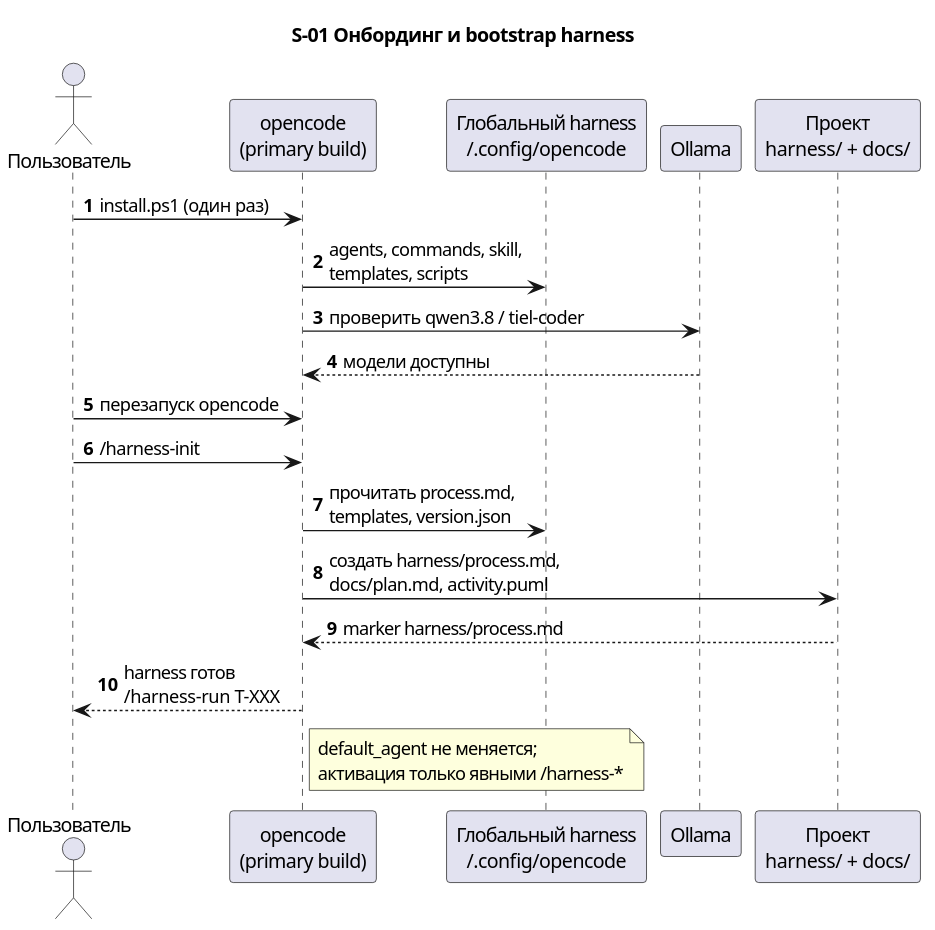
Before: docs/description/diagrams/seq-01-bootstrap.svg, a diagram exported from PlantUML (serge-sasov/harness).
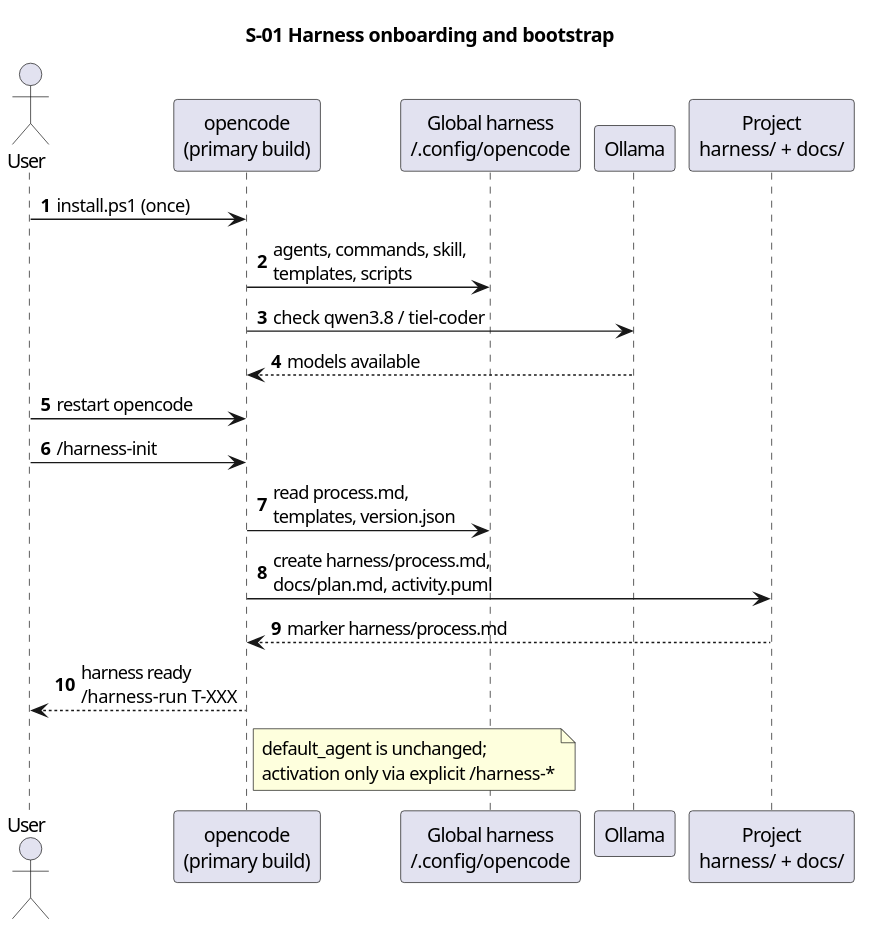
After the change.

Change to the diagram source:
```diff
@@ -1,26 +1,26 @@
 @startuml
 autonumber
 skinparam defaultFontName Segoe UI
-title S-01 Онбординг и bootstrap harness
+title S-01 Harness onboarding and bootstrap
 
-actor "Пользователь" as user
+actor "User" as user
 participant "opencode\n(primary build)" as oc
-participant "Глобальный harness\n~/.config/opencode" as gh
+participant "Global harness\n~/.config/opencode" as gh
 participant "Ollama" as ollama
-participant "Проект\nharness/ + docs/" as project
+participant "Project\nharness/ + docs/" as project
 
-user -> oc : install.ps1 (один раз)
+user -> oc : install.ps1 (once)
 oc -> gh : agents, commands, skill,\ntemplates, scripts
-oc -> ollama : проверить qwen3.8 / tiel-coder
-ollama --> oc : модели доступны
-user -> oc : перезапуск opencode
+oc -> ollama : check qwen3.8 / tiel-coder
+ollama --> oc : models available
+user -> oc : restart opencode
 user -> oc : /harness-init
-oc -> gh : прочитать process.md,\ntemplates, version.json
-oc -> project : создать harness/process.md,\ndocs/plan.md, activity.puml
+oc -> gh : read process.md,\ntemplates, version.json
+oc -> project : create harness/process.md,\ndocs/plan.md, activity.puml
 project --> oc : marker harness/process.md
-oc --> user : harness готов\n/harness-run T-XXX
+oc --> user : harness ready\n/harness-run T-XXX
 note right of oc
-  default_agent не меняется;
-  активация только явными /harness-*
+  default_agent is unchanged;
+  activation only via explicit /harness-*
 end note
 @enduml
```
